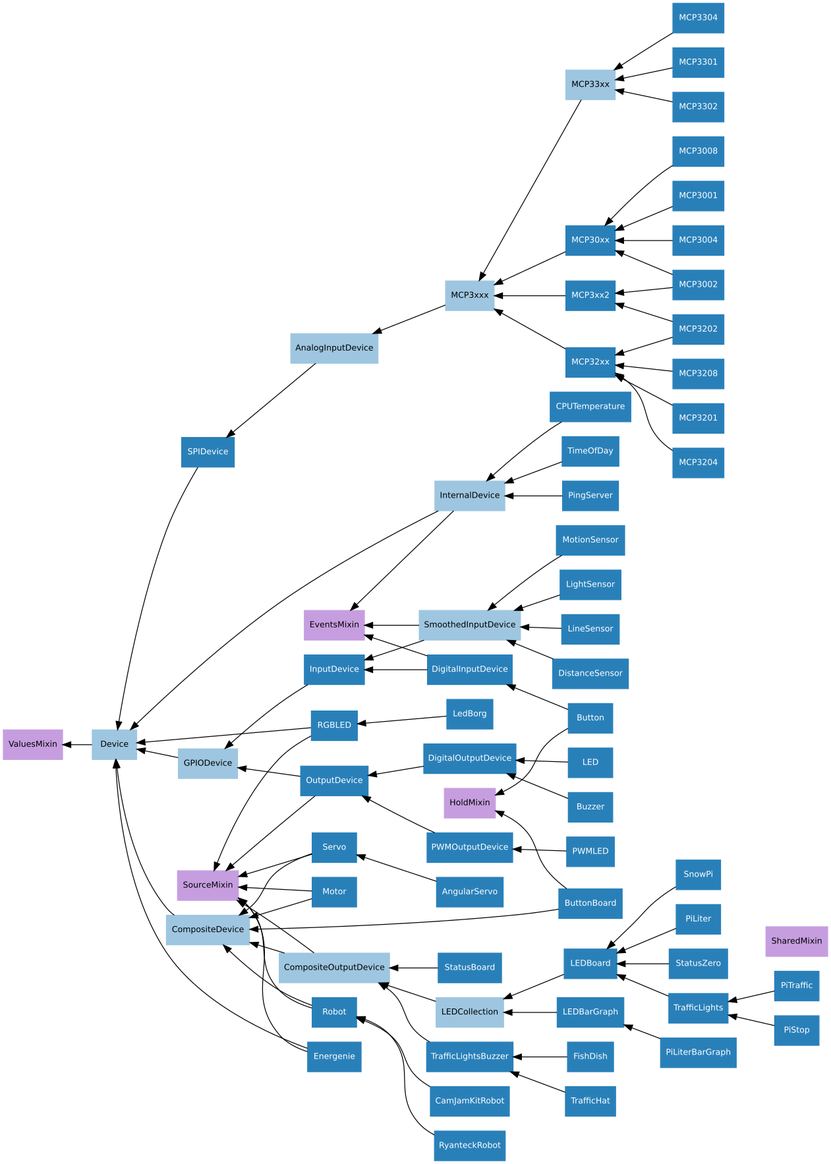
Above: docs/images/device_hierarchy.png in gpiozero/gpiozero (Graphviz), before the change. Its source is kept beside it as docs/images/device_hierarchy.dot.
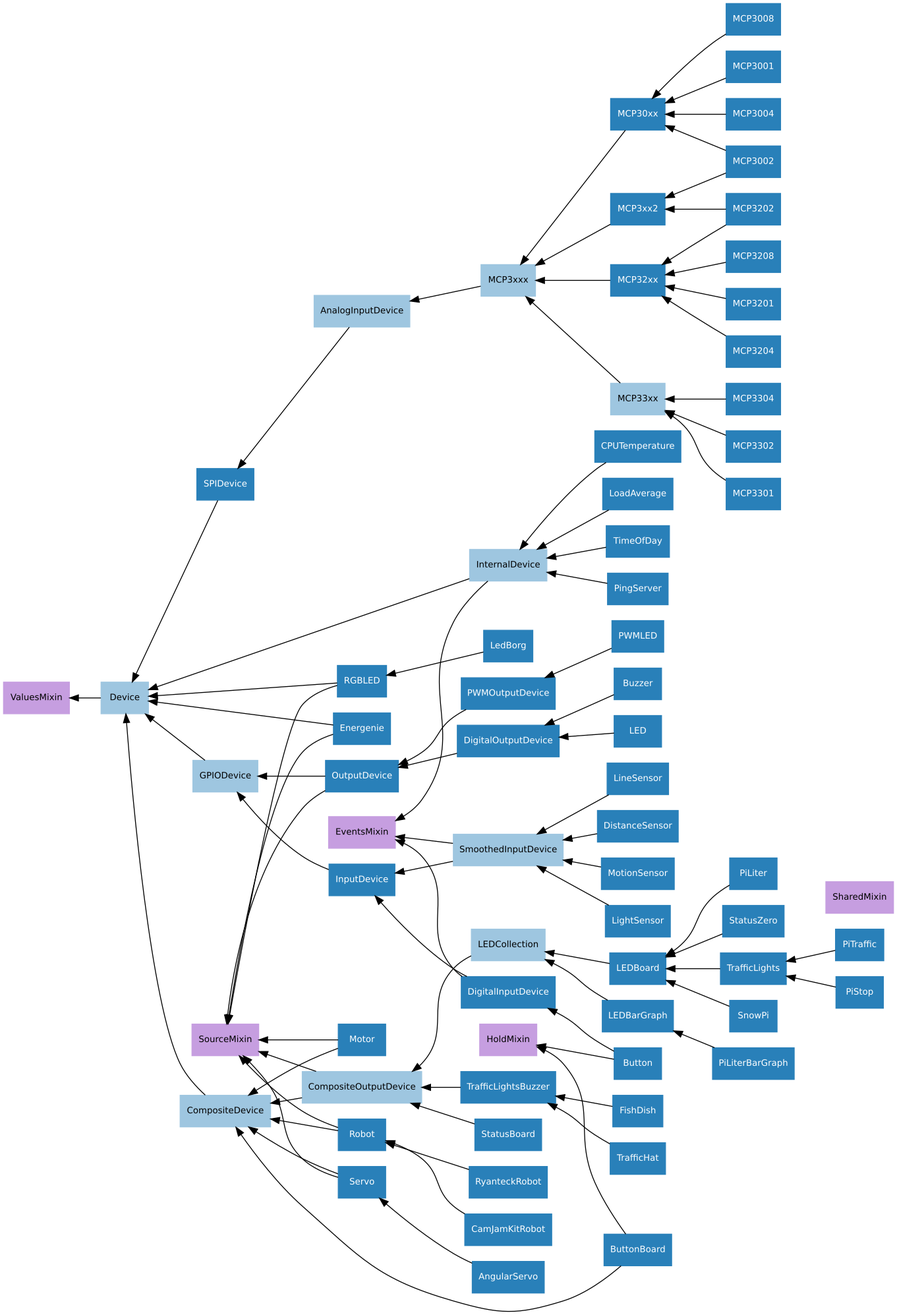
The same diagram one commit later.

Change to the diagram source:
```diff
@@ -116,4 +116,5 @@
     TimeOfDay->InternalDevice;
     PingServer->InternalDevice;
     CPUTemperature->InternalDevice;
+    LoadAverage->InternalDevice;
 }
```
